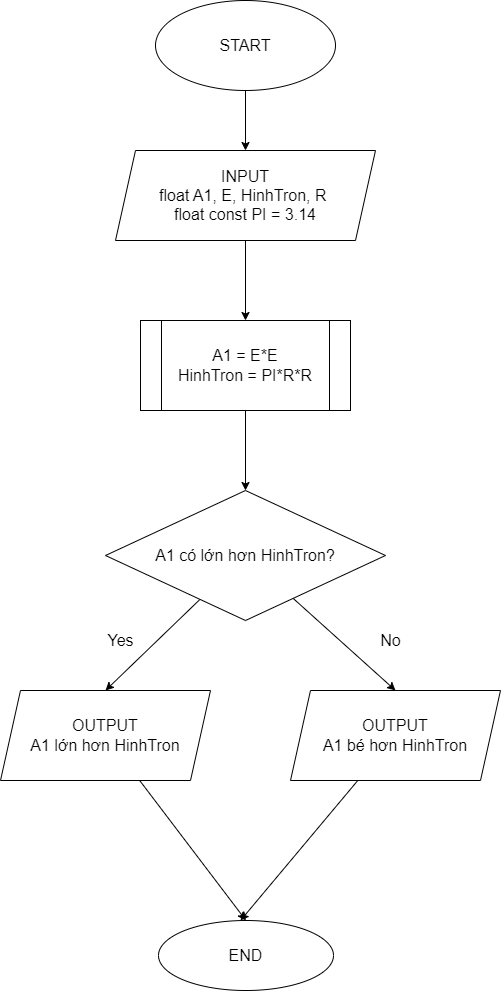
Above: Lab_1/Bai_3/FlowBai_3.drawio.png in MinkWungNe/NLNNLT (draw.io), before the change. Source tidied: cells renumbered, new cells last; positions are measured from the earlier drawing's top-left corner, leaving out a move shared by most shapes. Its diagram source:
```xml
<mxGraphModel>
  <root>
    <mxCell id="0" />
    <mxCell id="1" parent="0" />
    <mxCell id="2" style="edgeStyle=none;html=1;entryX=0.5;entryY=0;entryDx=0;entryDy=0;fontSize=16;" parent="1" edge="1" source="3" target="5">
      <mxGeometry relative="1" as="geometry" />
    </mxCell>
    <mxCell id="3" value="START" style="ellipse;whiteSpace=wrap;html=1;fontSize=16;" parent="1" vertex="1">
      <mxGeometry x="155" width="180" height="90" as="geometry" />
    </mxCell>
    <mxCell id="4" style="edgeStyle=none;html=1;entryX=0.5;entryY=0;entryDx=0;entryDy=0;fontSize=16;" parent="1" edge="1" source="5" target="7">
      <mxGeometry relative="1" as="geometry" />
    </mxCell>
    <mxCell id="5" value="INPUT&lt;br&gt;float A1, E, HinhTron, R&amp;nbsp;&lt;br&gt;float const PI = 3.14" style="shape=parallelogram;perimeter=parallelogramPerimeter;whiteSpace=wrap;html=1;fixedSize=1;fontSize=16;" parent="1" vertex="1">
      <mxGeometry x="115" y="150" width="260" height="90" as="geometry" />
    </mxCell>
    <mxCell id="6" style="edgeStyle=none;html=1;fontSize=16;" parent="1" edge="1" source="7" target="10">
      <mxGeometry relative="1" as="geometry" />
    </mxCell>
    <mxCell id="7" value="A1 = E*E&lt;br&gt;HinhTron = PI*R*R" style="shape=process;whiteSpace=wrap;html=1;backgroundOutline=1;fontSize=16;" parent="1" vertex="1">
      <mxGeometry x="140" y="320" width="210" height="90" as="geometry" />
    </mxCell>
    <mxCell id="8" style="edgeStyle=none;html=1;entryX=0.5;entryY=0;entryDx=0;entryDy=0;fontSize=16;" parent="1" edge="1" source="10" target="12">
      <mxGeometry relative="1" as="geometry" />
    </mxCell>
    <mxCell id="9" style="edgeStyle=none;html=1;entryX=0.5;entryY=0;entryDx=0;entryDy=0;fontSize=16;" parent="1" edge="1" source="10" target="14">
      <mxGeometry relative="1" as="geometry" />
    </mxCell>
    <mxCell id="10" value="A1 có lớn hơn HinhTron?" style="rhombus;whiteSpace=wrap;html=1;fontSize=16;" parent="1" vertex="1">
      <mxGeometry x="105" y="490" width="280" height="130" as="geometry" />
    </mxCell>
    <mxCell id="11" style="edgeStyle=none;html=1;entryX=0.5;entryY=0;entryDx=0;entryDy=0;fontSize=16;" parent="1" edge="1" source="12" target="15">
      <mxGeometry relative="1" as="geometry" />
    </mxCell>
    <mxCell id="12" value="OUTPUT&lt;br&gt;A1 lớn hơn HinhTron" style="shape=parallelogram;perimeter=parallelogramPerimeter;whiteSpace=wrap;html=1;fixedSize=1;fontSize=16;" parent="1" vertex="1">
      <mxGeometry y="690" width="210" height="90" as="geometry" />
    </mxCell>
    <mxCell id="13" style="edgeStyle=none;html=1;fontSize=16;" parent="1" edge="1" source="14">
      <mxGeometry relative="1" as="geometry">
        <mxPoint x="240" y="920" as="targetPoint" />
      </mxGeometry>
    </mxCell>
    <mxCell id="14" value="OUTPUT&lt;br&gt;A1 bé hơn HinhTron" style="shape=parallelogram;perimeter=parallelogramPerimeter;whiteSpace=wrap;html=1;fixedSize=1;fontSize=16;" parent="1" vertex="1">
      <mxGeometry x="290" y="690" width="210" height="90" as="geometry" />
    </mxCell>
    <mxCell id="15" value="END" style="ellipse;whiteSpace=wrap;html=1;fontSize=16;" parent="1" vertex="1">
      <mxGeometry x="158" y="920" width="175" height="70" as="geometry" />
    </mxCell>
    <mxCell id="16" value="Yes" style="text;html=1;align=center;verticalAlign=middle;strokeColor=none;fillColor=none;fontSize=16;" parent="1" vertex="1">
      <mxGeometry x="95" y="625" width="50" height="30" as="geometry" />
    </mxCell>
    <mxCell id="17" value="No" style="text;html=1;align=center;verticalAlign=middle;strokeColor=none;fillColor=none;fontSize=16;" parent="1" vertex="1">
      <mxGeometry x="370" y="625" width="40" height="30" as="geometry" />
    </mxCell>
  </root>
</mxGraphModel>
```
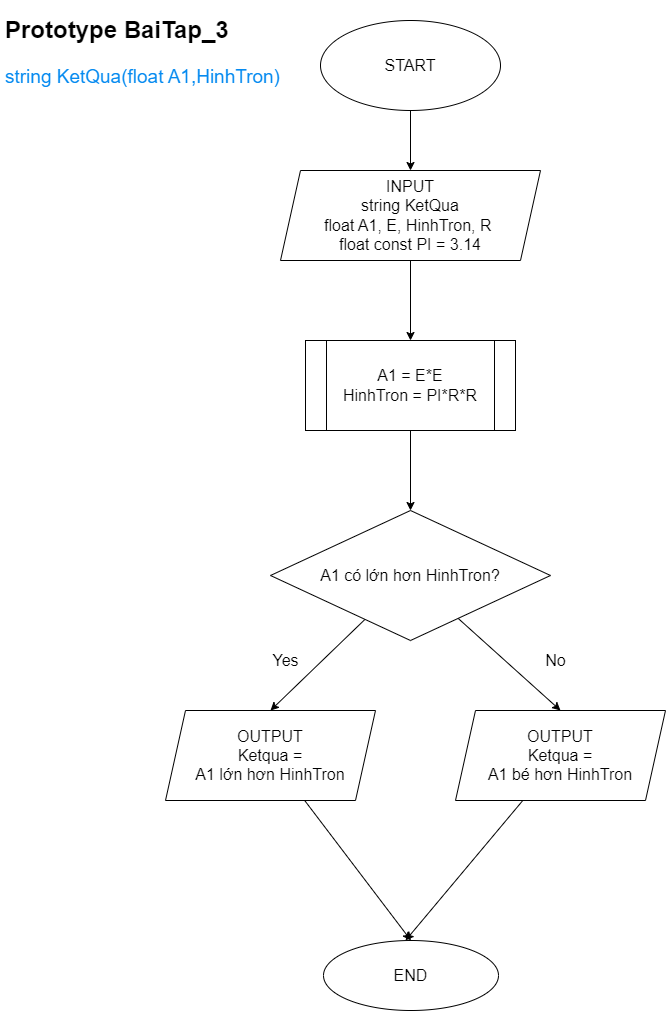
Above is the later version.

Commit message:
Update FlowCharts and Prototype

What changed in the source:
```diff
@@ -11,7 +11,7 @@
     <mxCell id="4" style="edgeStyle=none;html=1;entryX=0.5;entryY=0;entryDx=0;entryDy=0;fontSize=16;" parent="1" edge="1" source="5" target="7">
       <mxGeometry relative="1" as="geometry" />
     </mxCell>
-    <mxCell id="5" value="INPUT&lt;br&gt;float A1, E, HinhTron, R&amp;nbsp;&lt;br&gt;float const PI = 3.14" style="shape=parallelogram;perimeter=parallelogramPerimeter;whiteSpace=wrap;html=1;fixedSize=1;fontSize=16;" parent="1" vertex="1">
+    <mxCell id="5" value="INPUT&lt;br&gt;string KetQua&lt;br&gt;float A1, E, HinhTron, R&amp;nbsp;&lt;br&gt;float const PI = 3.14" style="shape=parallelogram;perimeter=parallelogramPerimeter;whiteSpace=wrap;html=1;fixedSize=1;fontSize=16;" parent="1" vertex="1">
       <mxGeometry x="115" y="150" width="260" height="90" as="geometry" />
     </mxCell>
     <mxCell id="6" style="edgeStyle=none;html=1;fontSize=16;" parent="1" edge="1" source="7" target="10">
@@ -32,7 +32,7 @@
     <mxCell id="11" style="edgeStyle=none;html=1;entryX=0.5;entryY=0;entryDx=0;entryDy=0;fontSize=16;" parent="1" edge="1" source="12" target="15">
       <mxGeometry relative="1" as="geometry" />
     </mxCell>
-    <mxCell id="12" value="OUTPUT&lt;br&gt;A1 lớn hơn HinhTron" style="shape=parallelogram;perimeter=parallelogramPerimeter;whiteSpace=wrap;html=1;fixedSize=1;fontSize=16;" parent="1" vertex="1">
+    <mxCell id="12" value="OUTPUT&lt;br&gt;Ketqua =&lt;br&gt;A1 lớn hơn HinhTron" style="shape=parallelogram;perimeter=parallelogramPerimeter;whiteSpace=wrap;html=1;fixedSize=1;fontSize=16;" parent="1" vertex="1">
       <mxGeometry y="690" width="210" height="90" as="geometry" />
     </mxCell>
     <mxCell id="13" style="edgeStyle=none;html=1;fontSize=16;" parent="1" edge="1" source="14">
@@ -40,7 +40,7 @@
         <mxPoint x="240" y="920" as="targetPoint" />
       </mxGeometry>
     </mxCell>
-    <mxCell id="14" value="OUTPUT&lt;br&gt;A1 bé hơn HinhTron" style="shape=parallelogram;perimeter=parallelogramPerimeter;whiteSpace=wrap;html=1;fixedSize=1;fontSize=16;" parent="1" vertex="1">
+    <mxCell id="14" value="OUTPUT&lt;br&gt;Ketqua =&lt;br&gt;A1 bé hơn HinhTron" style="shape=parallelogram;perimeter=parallelogramPerimeter;whiteSpace=wrap;html=1;fixedSize=1;fontSize=16;" parent="1" vertex="1">
       <mxGeometry x="290" y="690" width="210" height="90" as="geometry" />
     </mxCell>
     <mxCell id="15" value="END" style="ellipse;whiteSpace=wrap;html=1;fontSize=16;" parent="1" vertex="1">
@@ -52,5 +52,8 @@
     <mxCell id="17" value="No" style="text;html=1;align=center;verticalAlign=middle;strokeColor=none;fillColor=none;fontSize=16;" parent="1" vertex="1">
       <mxGeometry x="370" y="625" width="40" height="30" as="geometry" />
     </mxCell>
+    <mxCell id="18" value="&lt;h1&gt;&lt;span style=&quot;background-color: initial;&quot;&gt;Prototype BaiTap_3&lt;/span&gt;&lt;/h1&gt;&lt;h1&gt;&lt;font color=&quot;#058af0&quot;&gt;&lt;span style=&quot;font-size: 19px; font-weight: 400;&quot;&gt;string KetQua(float A1,HinhTron)&lt;/span&gt;&lt;/font&gt;&lt;/h1&gt;" style="text;html=1;strokeColor=none;fillColor=none;spacing=5;spacingTop=-20;whiteSpace=wrap;overflow=hidden;rounded=0;" parent="1" vertex="1">
+      <mxGeometry x="-165" y="-10" width="290" height="90" as="geometry" />
+    </mxCell>
   </root>
 </mxGraphModel>
```
